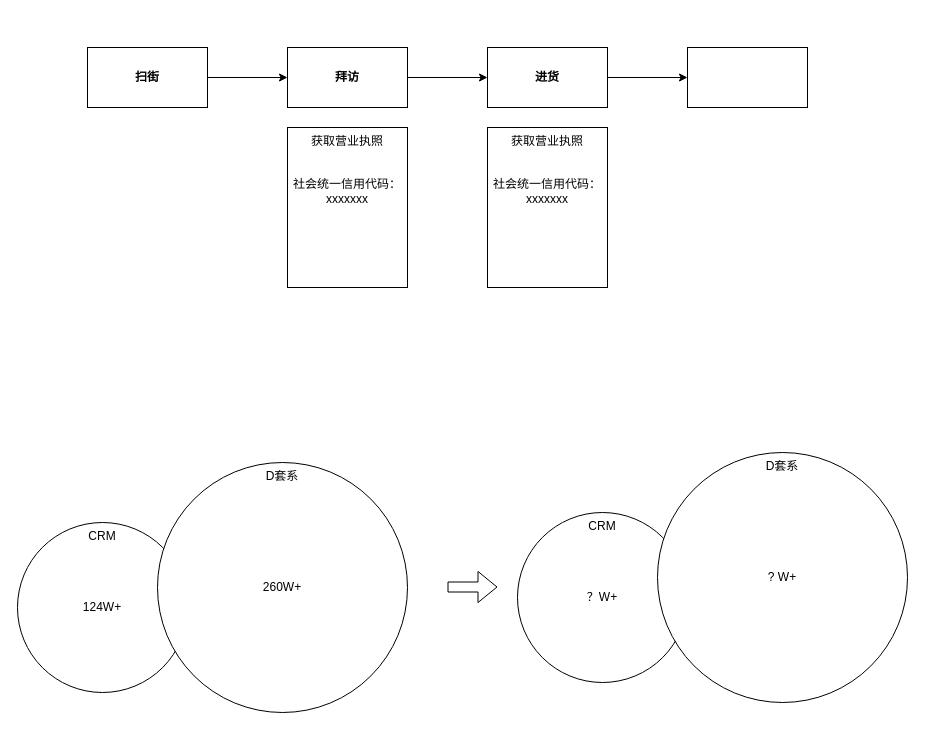
The draw.io diagram 【0806】门店合并.drawio in 18857545022/-, before the edit. Source tidied: cells renumbered, new cells numbered last; positions are measured from the earlier drawing's top-left corner, leaving out a move shared by most shapes. Both pictures are drawn from the tidied source at 100%, with x=0, y=0 at pixel (17, 47).
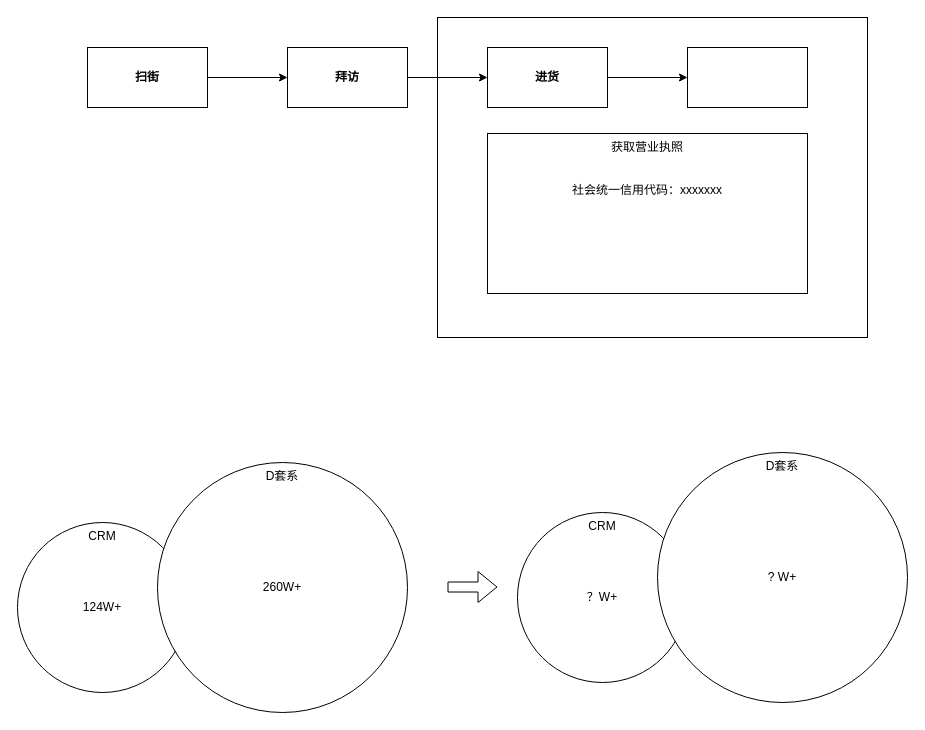
After the change.

Commit message:
更新【0806】门店合并.drawio

The edit, as a diff of the source:
```diff
@@
+    <mxCell id="24" style="rounded=0;whiteSpace=wrap;html=1;" parent="1" vertex="1">
+      <mxGeometry x="420" y="-30" width="430" height="320" as="geometry" />
+    </mxCell>
@@
-    <mxCell id="9" value="获取营业执照&lt;br&gt;&lt;br&gt;&lt;br&gt;社会统一信用代码：xxxxxxx" style="rounded=0;whiteSpace=wrap;html=1;verticalAlign=top;" parent="1" vertex="1">
-      <mxGeometry x="270" y="80" width="120" height="160" as="geometry" />
-    </mxCell>
     <mxCell id="10" value="获取营业执照&lt;br&gt;&lt;br&gt;&lt;br&gt;社会统一信用代码：xxxxxxx" style="rounded=0;whiteSpace=wrap;html=1;verticalAlign=top;" parent="1" vertex="1">
-      <mxGeometry x="470" y="80" width="120" height="160" as="geometry" />
+      <mxGeometry x="470" y="86" width="320" height="160" as="geometry" />
     </mxCell>
```
